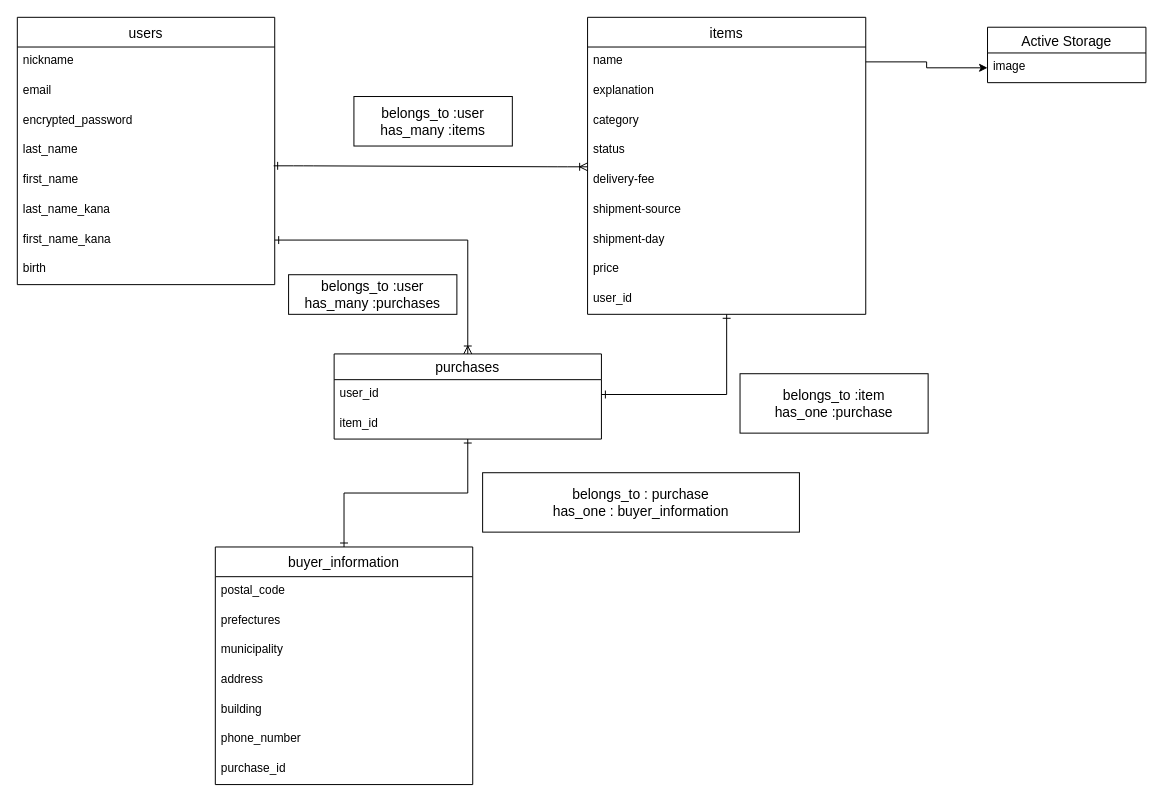
Above: Database.dio in ALBAS23/furima-28673 (draw.io), before the change. Source tidied: cells renumbered, new cells numbered last; positions are measured from the earlier drawing's top-left corner, leaving out a move shared by most shapes. Both pictures are drawn from the tidied source at 99%, with x=0, y=0 at pixel (17, 17).
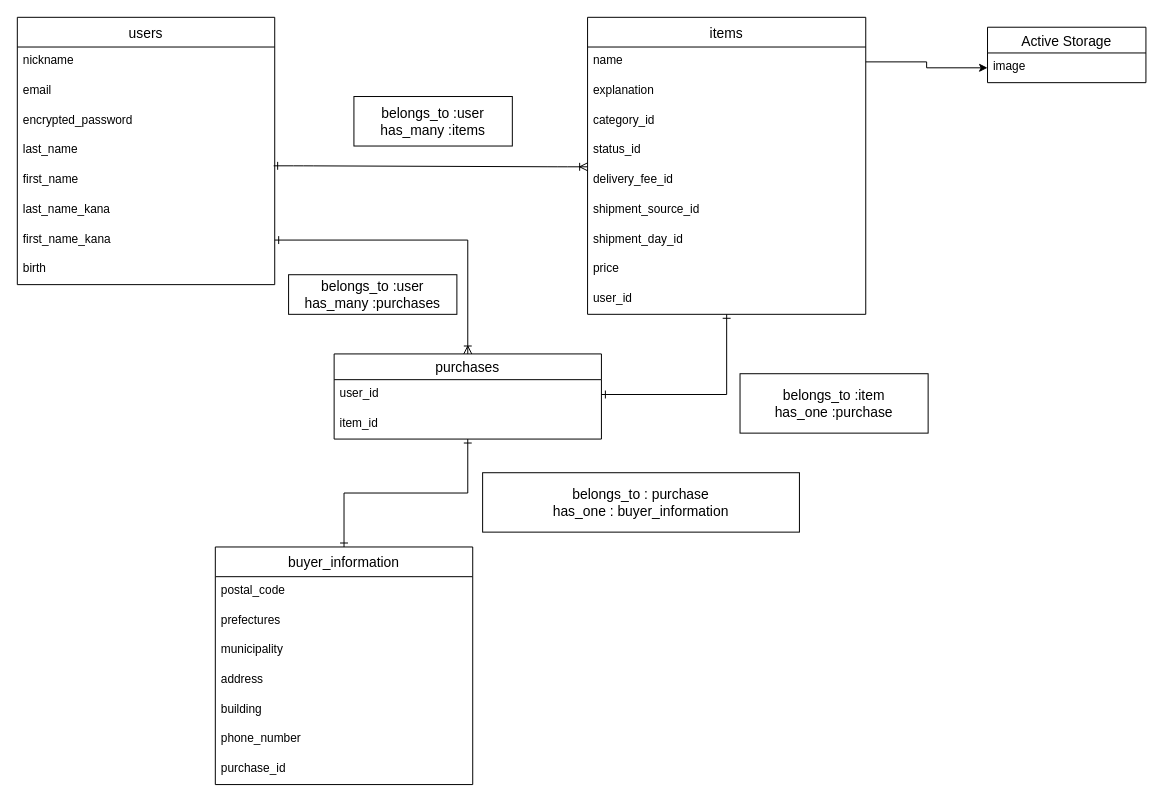
After the change.

Commit message (it also covers changes not shown here):
データベース設計_ 修正３

先程の修正内容で漏れがありました。
Active_hashで管理するカラムに_idを追記しました。

Unchanged cells that the change refers to:
```xml
<mxCell id="20" value="items" style="swimlane;fontStyle=0;horizontal=1;startSize=30;align=center;fontSize=14;rotation=0;" parent="1" vertex="1">
  <mxGeometry x="576" width="281" height="300" as="geometry" />
</mxCell>
```

Change to the diagram source:
```diff
@@
-    <mxCell id="23" value="category" style="text;strokeColor=none;fillColor=none;spacingLeft=4;spacingRight=4;overflow=hidden;fontSize=12;rotation=0;" parent="20" vertex="1">
+    <mxCell id="23" value="category_id" style="text;strokeColor=none;fillColor=none;spacingLeft=4;spacingRight=4;overflow=hidden;fontSize=12;rotation=0;" parent="20" vertex="1">
       <mxGeometry y="90" width="281" height="30" as="geometry" />
     </mxCell>
-    <mxCell id="24" value="status" style="text;strokeColor=none;fillColor=none;spacingLeft=4;spacingRight=4;overflow=hidden;fontSize=12;rotation=0;" parent="20" vertex="1">
+    <mxCell id="24" value="status_id" style="text;strokeColor=none;fillColor=none;spacingLeft=4;spacingRight=4;overflow=hidden;fontSize=12;rotation=0;" parent="20" vertex="1">
       <mxGeometry y="120" width="281" height="30" as="geometry" />
     </mxCell>
-    <mxCell id="25" value="delivery-fee" style="text;strokeColor=none;fillColor=none;spacingLeft=4;spacingRight=4;overflow=hidden;points=[[0,0.5],[1,0.5]];portConstraint=eastwest;fontSize=12;rotation=0;" parent="20" vertex="1">
+    <mxCell id="25" value="delivery_fee_id" style="text;strokeColor=none;fillColor=none;spacingLeft=4;spacingRight=4;overflow=hidden;points=[[0,0.5],[1,0.5]];portConstraint=eastwest;fontSize=12;rotation=0;" parent="20" vertex="1">
       <mxGeometry y="150" width="281" height="30" as="geometry" />
     </mxCell>
-    <mxCell id="26" value="shipment-source" style="text;strokeColor=none;fillColor=none;spacingLeft=4;spacingRight=4;overflow=hidden;fontSize=12;rotation=0;" parent="20" vertex="1">
+    <mxCell id="26" value="shipment_source_id" style="text;strokeColor=none;fillColor=none;spacingLeft=4;spacingRight=4;overflow=hidden;fontSize=12;rotation=0;" parent="20" vertex="1">
       <mxGeometry y="180" width="281" height="30" as="geometry" />
     </mxCell>
-    <mxCell id="27" value="shipment-day" style="text;strokeColor=none;fillColor=none;spacingLeft=4;spacingRight=4;overflow=hidden;fontSize=12;rotation=0;" parent="20" vertex="1">
+    <mxCell id="27" value="shipment_day_id" style="text;strokeColor=none;fillColor=none;spacingLeft=4;spacingRight=4;overflow=hidden;fontSize=12;rotation=0;" parent="20" vertex="1">
       <mxGeometry y="210" width="281" height="30" as="geometry" />
     </mxCell>
```
